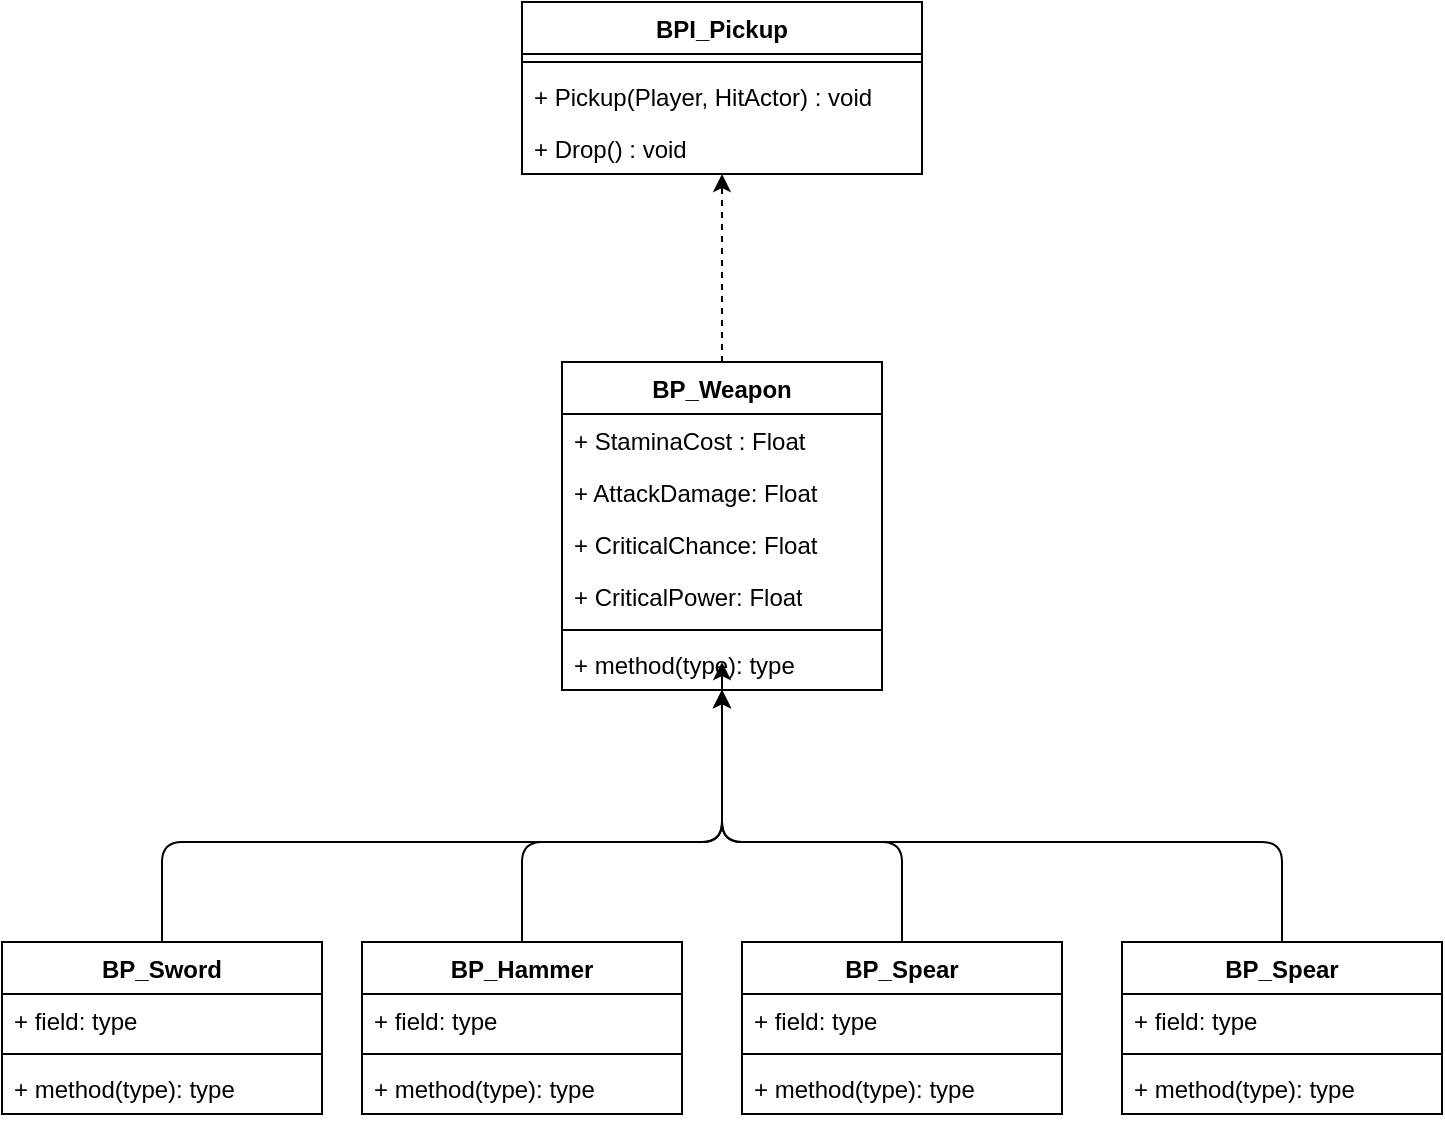
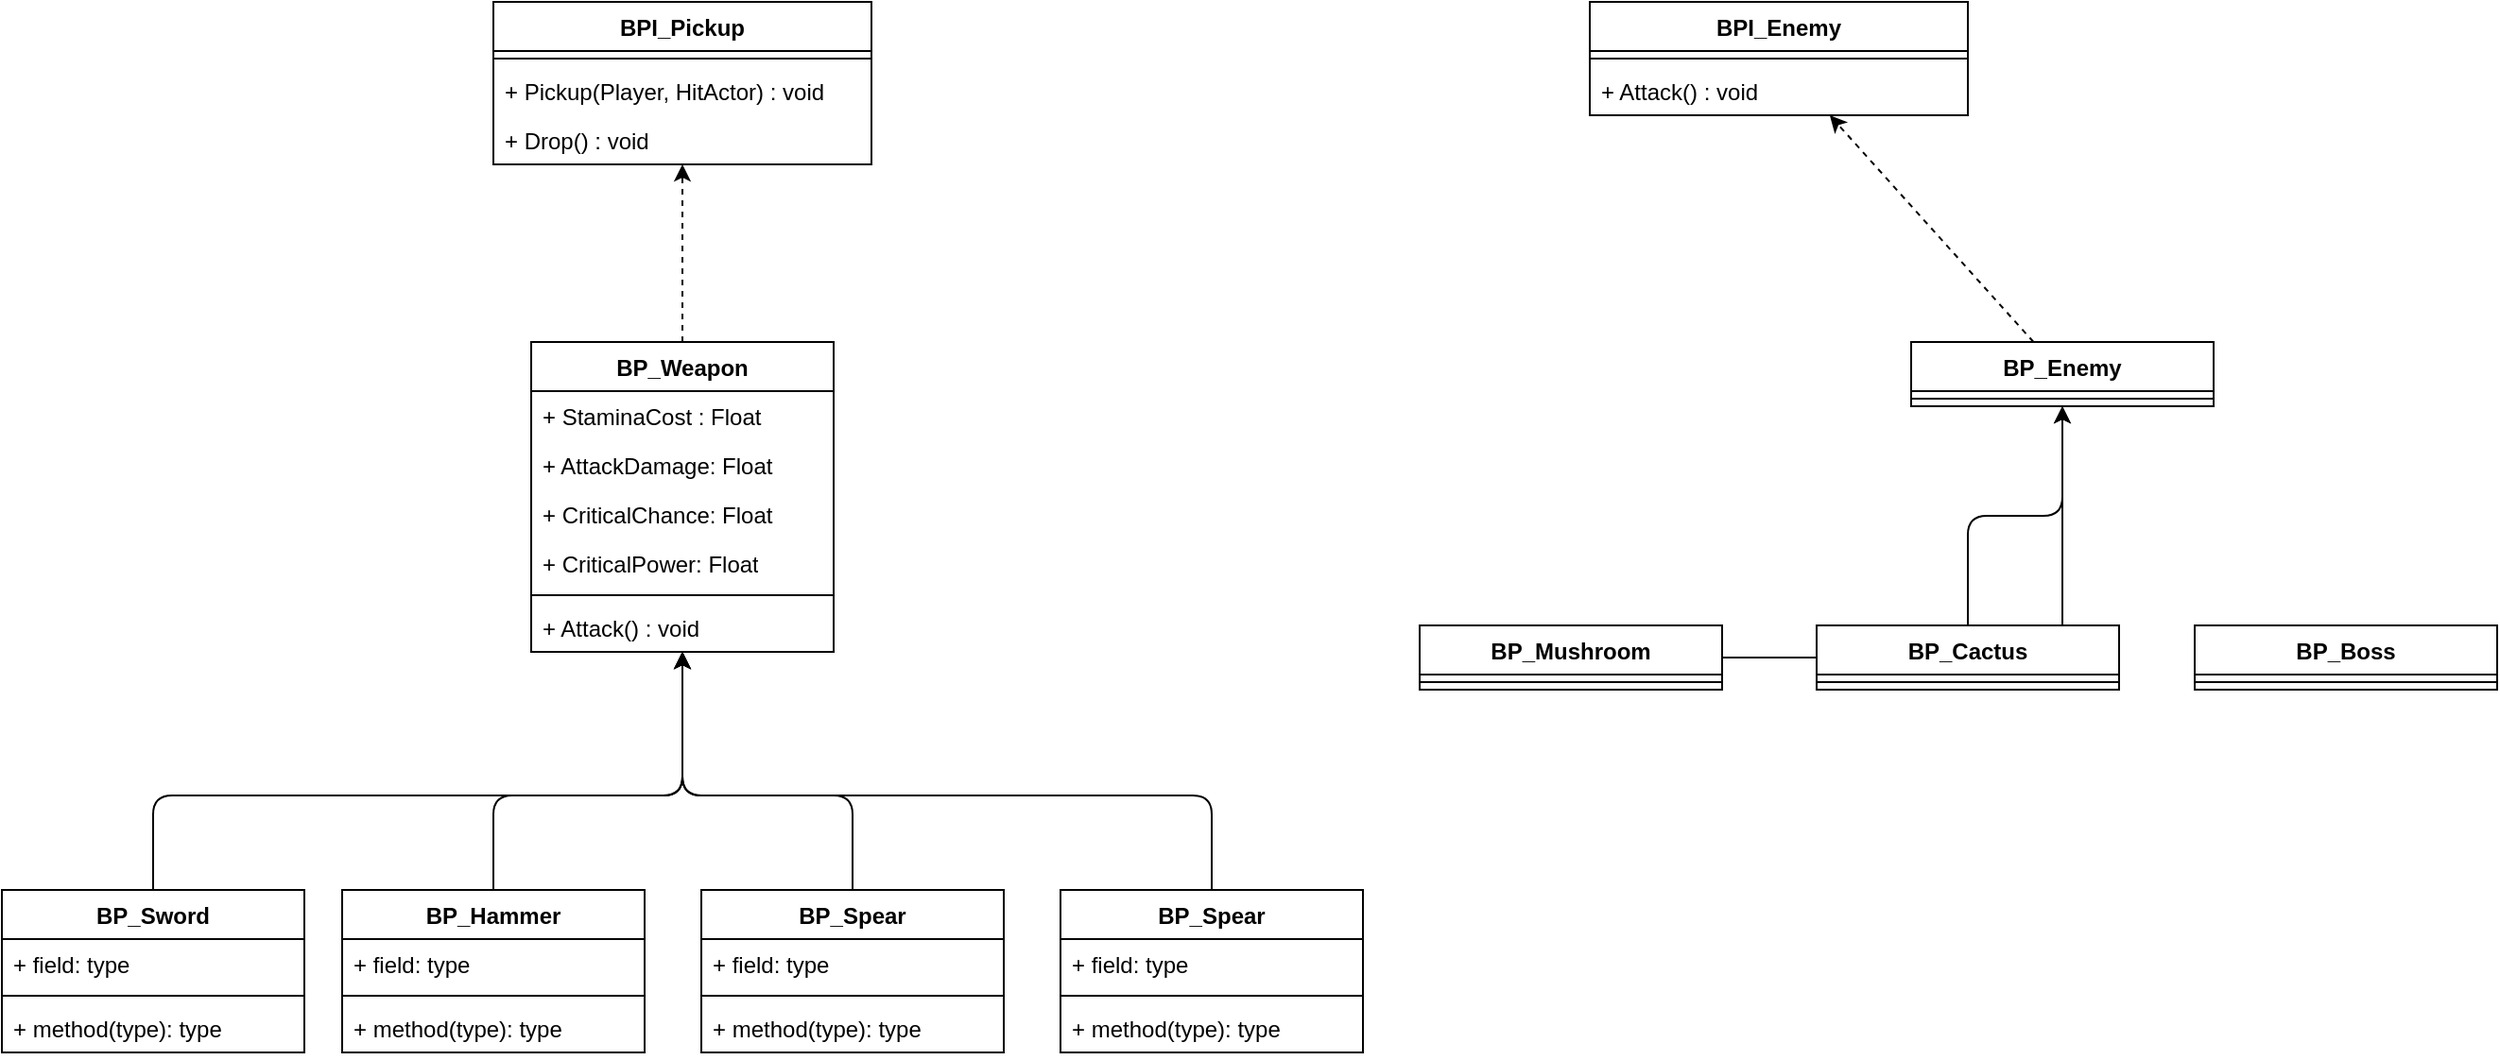
<mxfile host="65bd71144e">
    <diagram id="mQp0FE-_fZ0UkQIPqsk9" name="Page-1">
-         <mxGraphModel dx="1740" dy="837" grid="1" gridSize="10" guides="1" tooltips="1" connect="1" arrows="1" fold="1" page="1" pageScale="1" pageWidth="5000" pageHeight="5000" math="0" shadow="0">
+         <mxGraphModel dx="994" dy="478" grid="1" gridSize="10" guides="1" tooltips="1" connect="1" arrows="1" fold="1" page="1" pageScale="1" pageWidth="5000" pageHeight="5000" math="0" shadow="0">
            <root>
                <mxCell id="0"/>
                <mxCell id="1" parent="0"/>
                <mxCell id="10" style="edgeStyle=none;html=1;dashed=1;" parent="1" source="2" target="6" edge="1">
                    <mxGeometry relative="1" as="geometry"/>
                </mxCell>
                <mxCell id="2" value="BP_Weapon" style="swimlane;fontStyle=1;align=center;verticalAlign=top;childLayout=stackLayout;horizontal=1;startSize=26;horizontalStack=0;resizeParent=1;resizeParentMax=0;resizeLast=0;collapsible=1;marginBottom=0;whiteSpace=wrap;html=1;" parent="1" vertex="1">
                    <mxGeometry x="760" y="240" width="160" height="164" as="geometry">
                        <mxRectangle x="520" y="240" width="100" height="30" as="alternateBounds"/>
                    </mxGeometry>
                </mxCell>
                <mxCell id="3" value="+ StaminaCost : Float" style="text;strokeColor=none;fillColor=none;align=left;verticalAlign=top;spacingLeft=4;spacingRight=4;overflow=hidden;rotatable=0;points=[[0,0.5],[1,0.5]];portConstraint=eastwest;whiteSpace=wrap;html=1;" parent="2" vertex="1">
                    <mxGeometry y="26" width="160" height="26" as="geometry"/>
                </mxCell>
-                 <mxCell id="28" value="+ AttackDamage: Float" style="text;strokeColor=none;fillColor=none;align=left;verticalAlign=top;spacingLeft=4;spacingRight=4;overflow=hidden;rotatable=0;points=[[0,0.5],[1,0.5]];portConstraint=eastwest;whiteSpace=wrap;html=1;" vertex="1" parent="2">
+                 <mxCell id="28" value="+ AttackDamage: Float" style="text;strokeColor=none;fillColor=none;align=left;verticalAlign=top;spacingLeft=4;spacingRight=4;overflow=hidden;rotatable=0;points=[[0,0.5],[1,0.5]];portConstraint=eastwest;whiteSpace=wrap;html=1;" parent="2" vertex="1">
                    <mxGeometry y="52" width="160" height="26" as="geometry"/>
                </mxCell>
-                 <mxCell id="29" value="+ CriticalChance: Float" style="text;strokeColor=none;fillColor=none;align=left;verticalAlign=top;spacingLeft=4;spacingRight=4;overflow=hidden;rotatable=0;points=[[0,0.5],[1,0.5]];portConstraint=eastwest;whiteSpace=wrap;html=1;" vertex="1" parent="2">
+                 <mxCell id="29" value="+ CriticalChance: Float" style="text;strokeColor=none;fillColor=none;align=left;verticalAlign=top;spacingLeft=4;spacingRight=4;overflow=hidden;rotatable=0;points=[[0,0.5],[1,0.5]];portConstraint=eastwest;whiteSpace=wrap;html=1;" parent="2" vertex="1">
                    <mxGeometry y="78" width="160" height="26" as="geometry"/>
                </mxCell>
-                 <mxCell id="30" value="+ CriticalPower: Float" style="text;strokeColor=none;fillColor=none;align=left;verticalAlign=top;spacingLeft=4;spacingRight=4;overflow=hidden;rotatable=0;points=[[0,0.5],[1,0.5]];portConstraint=eastwest;whiteSpace=wrap;html=1;" vertex="1" parent="2">
+                 <mxCell id="30" value="+ CriticalPower: Float" style="text;strokeColor=none;fillColor=none;align=left;verticalAlign=top;spacingLeft=4;spacingRight=4;overflow=hidden;rotatable=0;points=[[0,0.5],[1,0.5]];portConstraint=eastwest;whiteSpace=wrap;html=1;" parent="2" vertex="1">
                    <mxGeometry y="104" width="160" height="26" as="geometry"/>
                </mxCell>
                <mxCell id="4" value="" style="line;strokeWidth=1;fillColor=none;align=left;verticalAlign=middle;spacingTop=-1;spacingLeft=3;spacingRight=3;rotatable=0;labelPosition=right;points=[];portConstraint=eastwest;strokeColor=inherit;" parent="2" vertex="1">
                    <mxGeometry y="130" width="160" height="8" as="geometry"/>
                </mxCell>
-                 <mxCell id="5" value="+ method(type): type" style="text;strokeColor=none;fillColor=none;align=left;verticalAlign=top;spacingLeft=4;spacingRight=4;overflow=hidden;rotatable=0;points=[[0,0.5],[1,0.5]];portConstraint=eastwest;whiteSpace=wrap;html=1;" parent="2" vertex="1">
+                 <mxCell id="5" value="+ Attack() : void" style="text;strokeColor=none;fillColor=none;align=left;verticalAlign=top;spacingLeft=4;spacingRight=4;overflow=hidden;rotatable=0;points=[[0,0.5],[1,0.5]];portConstraint=eastwest;whiteSpace=wrap;html=1;" parent="2" vertex="1">
                    <mxGeometry y="138" width="160" height="26" as="geometry"/>
                </mxCell>
                <mxCell id="6" value="BPI_Pickup" style="swimlane;fontStyle=1;align=center;verticalAlign=top;childLayout=stackLayout;horizontal=1;startSize=26;horizontalStack=0;resizeParent=1;resizeParentMax=0;resizeLast=0;collapsible=1;marginBottom=0;whiteSpace=wrap;html=1;" parent="1" vertex="1">
                    <mxGeometry x="740" y="60" width="200" height="86" as="geometry">
                        <mxRectangle x="520" y="240" width="100" height="30" as="alternateBounds"/>
                    </mxGeometry>
                </mxCell>
                <mxCell id="8" value="" style="line;strokeWidth=1;fillColor=none;align=left;verticalAlign=middle;spacingTop=-1;spacingLeft=3;spacingRight=3;rotatable=0;labelPosition=right;points=[];portConstraint=eastwest;strokeColor=inherit;" parent="6" vertex="1">
                    <mxGeometry y="26" width="200" height="8" as="geometry"/>
                </mxCell>
                <mxCell id="9" value="+ Pickup(Player, HitActor) : void" style="text;strokeColor=none;fillColor=none;align=left;verticalAlign=top;spacingLeft=4;spacingRight=4;overflow=hidden;rotatable=0;points=[[0,0.5],[1,0.5]];portConstraint=eastwest;whiteSpace=wrap;html=1;" parent="6" vertex="1">
                    <mxGeometry y="34" width="200" height="26" as="geometry"/>
                </mxCell>
-                 <mxCell id="26" value="+ Drop() : void" style="text;strokeColor=none;fillColor=none;align=left;verticalAlign=top;spacingLeft=4;spacingRight=4;overflow=hidden;rotatable=0;points=[[0,0.5],[1,0.5]];portConstraint=eastwest;whiteSpace=wrap;html=1;" vertex="1" parent="6">
+                 <mxCell id="26" value="+ Drop() : void" style="text;strokeColor=none;fillColor=none;align=left;verticalAlign=top;spacingLeft=4;spacingRight=4;overflow=hidden;rotatable=0;points=[[0,0.5],[1,0.5]];portConstraint=eastwest;whiteSpace=wrap;html=1;" parent="6" vertex="1">
                    <mxGeometry y="60" width="200" height="26" as="geometry"/>
                </mxCell>
                <mxCell id="15" style="edgeStyle=orthogonalEdgeStyle;html=1;" parent="1" source="11" target="2" edge="1">
                    <mxGeometry relative="1" as="geometry">
                        <Array as="points">
                            <mxPoint x="560" y="480"/>
                            <mxPoint x="840" y="480"/>
                        </Array>
                    </mxGeometry>
                </mxCell>
                <mxCell id="11" value="BP_Sword" style="swimlane;fontStyle=1;align=center;verticalAlign=top;childLayout=stackLayout;horizontal=1;startSize=26;horizontalStack=0;resizeParent=1;resizeParentMax=0;resizeLast=0;collapsible=1;marginBottom=0;whiteSpace=wrap;html=1;" parent="1" vertex="1">
                    <mxGeometry x="480" y="530" width="160" height="86" as="geometry">
                        <mxRectangle x="520" y="240" width="100" height="30" as="alternateBounds"/>
                    </mxGeometry>
                </mxCell>
                <mxCell id="12" value="+ field: type" style="text;strokeColor=none;fillColor=none;align=left;verticalAlign=top;spacingLeft=4;spacingRight=4;overflow=hidden;rotatable=0;points=[[0,0.5],[1,0.5]];portConstraint=eastwest;whiteSpace=wrap;html=1;" parent="11" vertex="1">
                    <mxGeometry y="26" width="160" height="26" as="geometry"/>
                </mxCell>
                <mxCell id="13" value="" style="line;strokeWidth=1;fillColor=none;align=left;verticalAlign=middle;spacingTop=-1;spacingLeft=3;spacingRight=3;rotatable=0;labelPosition=right;points=[];portConstraint=eastwest;strokeColor=inherit;" parent="11" vertex="1">
                    <mxGeometry y="52" width="160" height="8" as="geometry"/>
                </mxCell>
                <mxCell id="14" value="+ method(type): type" style="text;strokeColor=none;fillColor=none;align=left;verticalAlign=top;spacingLeft=4;spacingRight=4;overflow=hidden;rotatable=0;points=[[0,0.5],[1,0.5]];portConstraint=eastwest;whiteSpace=wrap;html=1;" parent="11" vertex="1">
                    <mxGeometry y="60" width="160" height="26" as="geometry"/>
                </mxCell>
-                 <mxCell id="20" style="edgeStyle=orthogonalEdgeStyle;html=1;" parent="1" source="16" edge="1">
+                 <mxCell id="37" style="edgeStyle=orthogonalEdgeStyle;html=1;" edge="1" parent="1" source="16" target="2">
                    <mxGeometry relative="1" as="geometry">
-                         <mxPoint x="740" y="516" as="sourcePoint"/>
-                         <mxPoint x="840" y="390" as="targetPoint"/>
                        <Array as="points">
                            <mxPoint x="740" y="480"/>
                            <mxPoint x="840" y="480"/>
                        </Array>
                    </mxGeometry>
                </mxCell>
                <mxCell id="16" value="BP_Hammer" style="swimlane;fontStyle=1;align=center;verticalAlign=top;childLayout=stackLayout;horizontal=1;startSize=26;horizontalStack=0;resizeParent=1;resizeParentMax=0;resizeLast=0;collapsible=1;marginBottom=0;whiteSpace=wrap;html=1;" parent="1" vertex="1">
                    <mxGeometry x="660" y="530" width="160" height="86" as="geometry">
                        <mxRectangle x="520" y="240" width="100" height="30" as="alternateBounds"/>
                    </mxGeometry>
                </mxCell>
                <mxCell id="17" value="+ field: type" style="text;strokeColor=none;fillColor=none;align=left;verticalAlign=top;spacingLeft=4;spacingRight=4;overflow=hidden;rotatable=0;points=[[0,0.5],[1,0.5]];portConstraint=eastwest;whiteSpace=wrap;html=1;" parent="16" vertex="1">
                    <mxGeometry y="26" width="160" height="26" as="geometry"/>
                </mxCell>
                <mxCell id="18" value="" style="line;strokeWidth=1;fillColor=none;align=left;verticalAlign=middle;spacingTop=-1;spacingLeft=3;spacingRight=3;rotatable=0;labelPosition=right;points=[];portConstraint=eastwest;strokeColor=inherit;" parent="16" vertex="1">
                    <mxGeometry y="52" width="160" height="8" as="geometry"/>
                </mxCell>
                <mxCell id="19" value="+ method(type): type" style="text;strokeColor=none;fillColor=none;align=left;verticalAlign=top;spacingLeft=4;spacingRight=4;overflow=hidden;rotatable=0;points=[[0,0.5],[1,0.5]];portConstraint=eastwest;whiteSpace=wrap;html=1;" parent="16" vertex="1">
                    <mxGeometry y="60" width="160" height="26" as="geometry"/>
                </mxCell>
                <mxCell id="25" style="edgeStyle=orthogonalEdgeStyle;html=1;" parent="1" source="21" target="2" edge="1">
                    <mxGeometry relative="1" as="geometry">
                        <Array as="points">
                            <mxPoint x="930" y="480"/>
                            <mxPoint x="840" y="480"/>
                        </Array>
                    </mxGeometry>
                </mxCell>
                <mxCell id="21" value="BP_Spear" style="swimlane;fontStyle=1;align=center;verticalAlign=top;childLayout=stackLayout;horizontal=1;startSize=26;horizontalStack=0;resizeParent=1;resizeParentMax=0;resizeLast=0;collapsible=1;marginBottom=0;whiteSpace=wrap;html=1;" parent="1" vertex="1">
                    <mxGeometry x="850" y="530" width="160" height="86" as="geometry">
                        <mxRectangle x="520" y="240" width="100" height="30" as="alternateBounds"/>
                    </mxGeometry>
                </mxCell>
                <mxCell id="22" value="+ field: type" style="text;strokeColor=none;fillColor=none;align=left;verticalAlign=top;spacingLeft=4;spacingRight=4;overflow=hidden;rotatable=0;points=[[0,0.5],[1,0.5]];portConstraint=eastwest;whiteSpace=wrap;html=1;" parent="21" vertex="1">
                    <mxGeometry y="26" width="160" height="26" as="geometry"/>
                </mxCell>
                <mxCell id="23" value="" style="line;strokeWidth=1;fillColor=none;align=left;verticalAlign=middle;spacingTop=-1;spacingLeft=3;spacingRight=3;rotatable=0;labelPosition=right;points=[];portConstraint=eastwest;strokeColor=inherit;" parent="21" vertex="1">
                    <mxGeometry y="52" width="160" height="8" as="geometry"/>
                </mxCell>
                <mxCell id="24" value="+ method(type): type" style="text;strokeColor=none;fillColor=none;align=left;verticalAlign=top;spacingLeft=4;spacingRight=4;overflow=hidden;rotatable=0;points=[[0,0.5],[1,0.5]];portConstraint=eastwest;whiteSpace=wrap;html=1;" parent="21" vertex="1">
                    <mxGeometry y="60" width="160" height="26" as="geometry"/>
                </mxCell>
-                 <mxCell id="36" style="edgeStyle=orthogonalEdgeStyle;html=1;" edge="1" parent="1" source="32" target="2">
+                 <mxCell id="36" style="edgeStyle=orthogonalEdgeStyle;html=1;" parent="1" source="32" target="2" edge="1">
                    <mxGeometry relative="1" as="geometry">
                        <Array as="points">
                            <mxPoint x="1120" y="480"/>
                            <mxPoint x="840" y="480"/>
                        </Array>
                    </mxGeometry>
                </mxCell>
-                 <mxCell id="32" value="BP_Spear" style="swimlane;fontStyle=1;align=center;verticalAlign=top;childLayout=stackLayout;horizontal=1;startSize=26;horizontalStack=0;resizeParent=1;resizeParentMax=0;resizeLast=0;collapsible=1;marginBottom=0;whiteSpace=wrap;html=1;" vertex="1" parent="1">
+                 <mxCell id="32" value="BP_Spear" style="swimlane;fontStyle=1;align=center;verticalAlign=top;childLayout=stackLayout;horizontal=1;startSize=26;horizontalStack=0;resizeParent=1;resizeParentMax=0;resizeLast=0;collapsible=1;marginBottom=0;whiteSpace=wrap;html=1;" parent="1" vertex="1">
                    <mxGeometry x="1040" y="530" width="160" height="86" as="geometry">
                        <mxRectangle x="520" y="240" width="100" height="30" as="alternateBounds"/>
                    </mxGeometry>
                </mxCell>
-                 <mxCell id="33" value="+ field: type" style="text;strokeColor=none;fillColor=none;align=left;verticalAlign=top;spacingLeft=4;spacingRight=4;overflow=hidden;rotatable=0;points=[[0,0.5],[1,0.5]];portConstraint=eastwest;whiteSpace=wrap;html=1;" vertex="1" parent="32">
+                 <mxCell id="33" value="+ field: type" style="text;strokeColor=none;fillColor=none;align=left;verticalAlign=top;spacingLeft=4;spacingRight=4;overflow=hidden;rotatable=0;points=[[0,0.5],[1,0.5]];portConstraint=eastwest;whiteSpace=wrap;html=1;" parent="32" vertex="1">
                    <mxGeometry y="26" width="160" height="26" as="geometry"/>
                </mxCell>
-                 <mxCell id="34" value="" style="line;strokeWidth=1;fillColor=none;align=left;verticalAlign=middle;spacingTop=-1;spacingLeft=3;spacingRight=3;rotatable=0;labelPosition=right;points=[];portConstraint=eastwest;strokeColor=inherit;" vertex="1" parent="32">
+                 <mxCell id="34" value="" style="line;strokeWidth=1;fillColor=none;align=left;verticalAlign=middle;spacingTop=-1;spacingLeft=3;spacingRight=3;rotatable=0;labelPosition=right;points=[];portConstraint=eastwest;strokeColor=inherit;" parent="32" vertex="1">
                    <mxGeometry y="52" width="160" height="8" as="geometry"/>
                </mxCell>
-                 <mxCell id="35" value="+ method(type): type" style="text;strokeColor=none;fillColor=none;align=left;verticalAlign=top;spacingLeft=4;spacingRight=4;overflow=hidden;rotatable=0;points=[[0,0.5],[1,0.5]];portConstraint=eastwest;whiteSpace=wrap;html=1;" vertex="1" parent="32">
+                 <mxCell id="35" value="+ method(type): type" style="text;strokeColor=none;fillColor=none;align=left;verticalAlign=top;spacingLeft=4;spacingRight=4;overflow=hidden;rotatable=0;points=[[0,0.5],[1,0.5]];portConstraint=eastwest;whiteSpace=wrap;html=1;" parent="32" vertex="1">
                    <mxGeometry y="60" width="160" height="26" as="geometry"/>
+                 </mxCell>
+                 <mxCell id="38" value="BPI_Enemy" style="swimlane;fontStyle=1;align=center;verticalAlign=top;childLayout=stackLayout;horizontal=1;startSize=26;horizontalStack=0;resizeParent=1;resizeParentMax=0;resizeLast=0;collapsible=1;marginBottom=0;whiteSpace=wrap;html=1;" vertex="1" parent="1">
+                     <mxGeometry x="1320" y="60" width="200" height="60" as="geometry">
+                         <mxRectangle x="520" y="240" width="100" height="30" as="alternateBounds"/>
+                     </mxGeometry>
+                 </mxCell>
+                 <mxCell id="39" value="" style="line;strokeWidth=1;fillColor=none;align=left;verticalAlign=middle;spacingTop=-1;spacingLeft=3;spacingRight=3;rotatable=0;labelPosition=right;points=[];portConstraint=eastwest;strokeColor=inherit;" vertex="1" parent="38">
+                     <mxGeometry y="26" width="200" height="8" as="geometry"/>
+                 </mxCell>
+                 <mxCell id="41" value="+ Attack() : void" style="text;strokeColor=none;fillColor=none;align=left;verticalAlign=top;spacingLeft=4;spacingRight=4;overflow=hidden;rotatable=0;points=[[0,0.5],[1,0.5]];portConstraint=eastwest;whiteSpace=wrap;html=1;" vertex="1" parent="38">
+                     <mxGeometry y="34" width="200" height="26" as="geometry"/>
+                 </mxCell>
+                 <mxCell id="49" style="edgeStyle=none;html=1;dashed=1;" edge="1" parent="1" source="42" target="38">
+                     <mxGeometry relative="1" as="geometry"/>
+                 </mxCell>
+                 <mxCell id="42" value="BP_Enemy" style="swimlane;fontStyle=1;align=center;verticalAlign=top;childLayout=stackLayout;horizontal=1;startSize=26;horizontalStack=0;resizeParent=1;resizeParentMax=0;resizeLast=0;collapsible=1;marginBottom=0;whiteSpace=wrap;html=1;" vertex="1" parent="1">
+                     <mxGeometry x="1490" y="240" width="160" height="34" as="geometry">
+                         <mxRectangle x="520" y="240" width="100" height="30" as="alternateBounds"/>
+                     </mxGeometry>
+                 </mxCell>
+                 <mxCell id="47" value="" style="line;strokeWidth=1;fillColor=none;align=left;verticalAlign=middle;spacingTop=-1;spacingLeft=3;spacingRight=3;rotatable=0;labelPosition=right;points=[];portConstraint=eastwest;strokeColor=inherit;" vertex="1" parent="42">
+                     <mxGeometry y="26" width="160" height="8" as="geometry"/>
+                 </mxCell>
+                 <mxCell id="60" style="edgeStyle=orthogonalEdgeStyle;html=1;" edge="1" parent="1" source="50" target="42">
+                     <mxGeometry relative="1" as="geometry"/>
+                 </mxCell>
+                 <mxCell id="50" value="BP_Mushroom" style="swimlane;fontStyle=1;align=center;verticalAlign=top;childLayout=stackLayout;horizontal=1;startSize=26;horizontalStack=0;resizeParent=1;resizeParentMax=0;resizeLast=0;collapsible=1;marginBottom=0;whiteSpace=wrap;html=1;" vertex="1" parent="1">
+                     <mxGeometry x="1230" y="390" width="160" height="34" as="geometry">
+                         <mxRectangle x="520" y="240" width="100" height="30" as="alternateBounds"/>
+                     </mxGeometry>
+                 </mxCell>
+                 <mxCell id="51" value="" style="line;strokeWidth=1;fillColor=none;align=left;verticalAlign=middle;spacingTop=-1;spacingLeft=3;spacingRight=3;rotatable=0;labelPosition=right;points=[];portConstraint=eastwest;strokeColor=inherit;" vertex="1" parent="50">
+                     <mxGeometry y="26" width="160" height="8" as="geometry"/>
+                 </mxCell>
+                 <mxCell id="55" style="edgeStyle=orthogonalEdgeStyle;html=1;" edge="1" parent="1" source="53" target="42">
+                     <mxGeometry relative="1" as="geometry"/>
+                 </mxCell>
+                 <mxCell id="53" value="BP_Cactus" style="swimlane;fontStyle=1;align=center;verticalAlign=top;childLayout=stackLayout;horizontal=1;startSize=26;horizontalStack=0;resizeParent=1;resizeParentMax=0;resizeLast=0;collapsible=1;marginBottom=0;whiteSpace=wrap;html=1;" vertex="1" parent="1">
+                     <mxGeometry x="1440" y="390" width="160" height="34" as="geometry">
+                         <mxRectangle x="520" y="240" width="100" height="30" as="alternateBounds"/>
+                     </mxGeometry>
+                 </mxCell>
+                 <mxCell id="54" value="" style="line;strokeWidth=1;fillColor=none;align=left;verticalAlign=middle;spacingTop=-1;spacingLeft=3;spacingRight=3;rotatable=0;labelPosition=right;points=[];portConstraint=eastwest;strokeColor=inherit;" vertex="1" parent="53">
+                     <mxGeometry y="26" width="160" height="8" as="geometry"/>
+                 </mxCell>
+                 <mxCell id="56" value="BP_Boss" style="swimlane;fontStyle=1;align=center;verticalAlign=top;childLayout=stackLayout;horizontal=1;startSize=26;horizontalStack=0;resizeParent=1;resizeParentMax=0;resizeLast=0;collapsible=1;marginBottom=0;whiteSpace=wrap;html=1;" vertex="1" parent="1">
+                     <mxGeometry x="1640" y="390" width="160" height="34" as="geometry">
+                         <mxRectangle x="520" y="240" width="100" height="30" as="alternateBounds"/>
+                     </mxGeometry>
+                 </mxCell>
+                 <mxCell id="57" value="" style="line;strokeWidth=1;fillColor=none;align=left;verticalAlign=middle;spacingTop=-1;spacingLeft=3;spacingRight=3;rotatable=0;labelPosition=right;points=[];portConstraint=eastwest;strokeColor=inherit;" vertex="1" parent="56">
+                     <mxGeometry y="26" width="160" height="8" as="geometry"/>
                </mxCell>
            </root>
        </mxGraphModel>
    </diagram>
</mxfile>